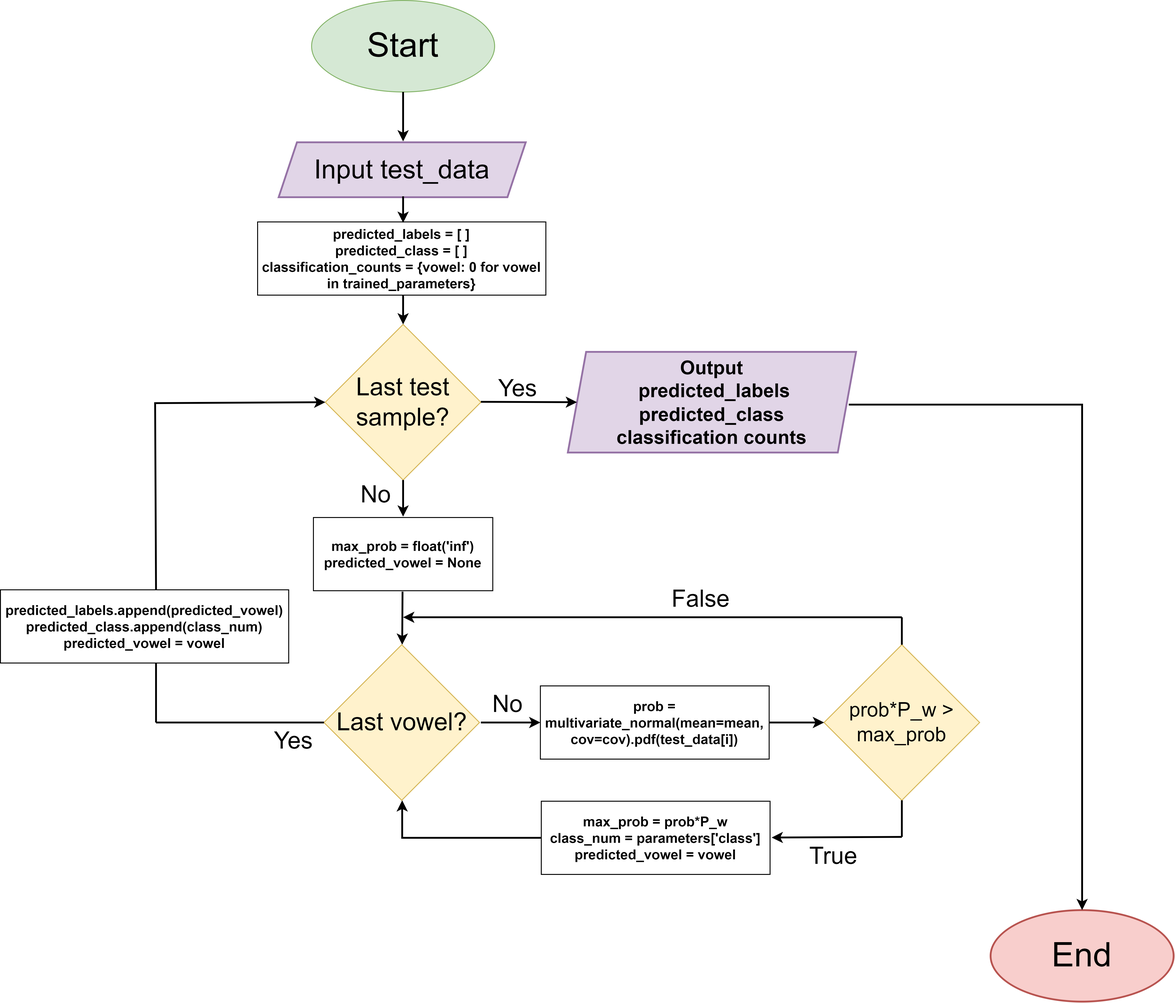
Before: Rapport mappe/vowels_test_flowchart.png, a diagram exported from draw.io (KristianHaaland/Estimering-Prosjekt). Source tidied: cells renumbered, new cells last; positions are measured from the earlier drawing's top-left corner, leaving out a move shared by most shapes.
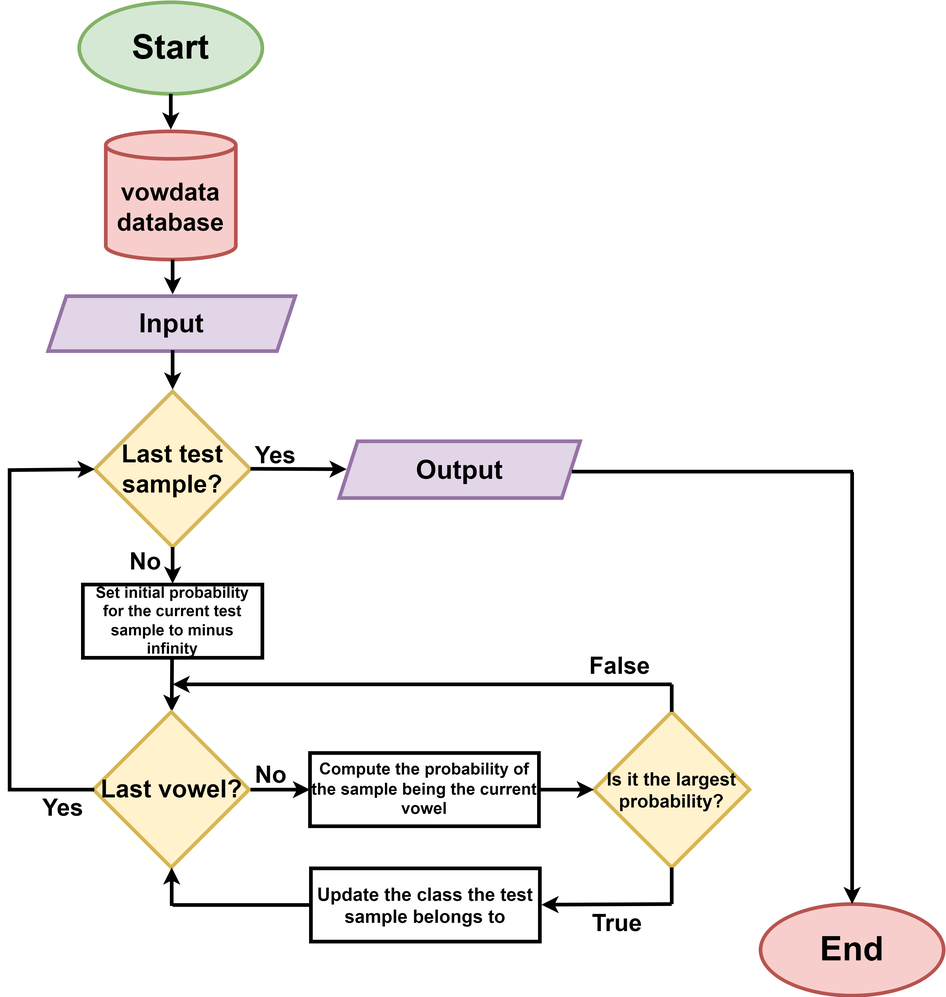
The same file after the commit.

Change to the diagram source:
```diff
@@ -2,170 +2,163 @@
   <root>
     <mxCell id="0" />
     <mxCell id="1" parent="0" />
-    <mxCell id="2" value="&lt;font style=&quot;font-size: 37px;&quot;&gt;Start&lt;/font&gt;" style="ellipse;whiteSpace=wrap;html=1;fillColor=#d5e8d4;strokeColor=#82b366;" parent="1" vertex="1">
-      <mxGeometry x="340" width="200" height="100" as="geometry" />
+    <mxCell id="2" value="&lt;font style=&quot;font-size: 37px;&quot;&gt;Start&lt;/font&gt;" style="ellipse;whiteSpace=wrap;html=1;fillColor=#d5e8d4;strokeColor=#82b366;strokeWidth=4;fontStyle=1;" parent="1" vertex="1">
+      <mxGeometry x="338" y="-71" width="200" height="100" as="geometry" />
     </mxCell>
-    <mxCell id="3" style="endArrow=classic;html=1;rounded=0;strokeWidth=2;exitX=0.5;exitY=1;exitDx=0;exitDy=0;" parent="1" edge="1" source="2">
+    <mxCell id="3" style="endArrow=classic;html=1;rounded=0;strokeWidth=4;exitX=0.5;exitY=1;exitDx=0;exitDy=0;fontStyle=1;" parent="1" edge="1" source="2">
       <mxGeometry relative="1" as="geometry">
-        <mxPoint x="440" y="154" as="targetPoint" />
+        <mxPoint x="438" y="68" as="targetPoint" />
       </mxGeometry>
     </mxCell>
-    <mxCell id="4" value="&lt;font style=&quot;font-size: 27px;&quot;&gt;Last test sample?&lt;/font&gt;" style="rhombus;whiteSpace=wrap;html=1;fillColor=#fff2cc;strokeColor=#d6b656;" parent="1" vertex="1">
+    <mxCell id="4" value="&lt;font style=&quot;font-size: 27px;&quot;&gt;Last test sample?&lt;/font&gt;" style="rhombus;whiteSpace=wrap;html=1;fillColor=#fff2cc;strokeColor=#d6b656;strokeWidth=4;fontStyle=1;" parent="1" vertex="1">
       <mxGeometry x="355" y="354" width="170" height="170" as="geometry" />
     </mxCell>
-    <mxCell id="5" value="&lt;font style=&quot;font-size: 37px;&quot;&gt;End&lt;/font&gt;" style="ellipse;whiteSpace=wrap;html=1;fillColor=#f8cecc;strokeColor=#b85450;strokeWidth=2;" parent="1" vertex="1">
-      <mxGeometry x="1082" y="994" width="200" height="100" as="geometry" />
+    <mxCell id="5" value="&lt;font style=&quot;font-size: 37px;&quot;&gt;End&lt;/font&gt;" style="ellipse;whiteSpace=wrap;html=1;fillColor=#f8cecc;strokeColor=#b85450;strokeWidth=4;fontStyle=1;" parent="1" vertex="1">
+      <mxGeometry x="1082" y="914" width="200" height="100" as="geometry" />
     </mxCell>
-    <mxCell id="6" style="endArrow=classic;html=1;rounded=0;exitX=0.5;exitY=1;exitDx=0;exitDy=0;strokeWidth=2;" parent="1" edge="1">
+    <mxCell id="6" style="endArrow=classic;html=1;rounded=0;exitX=0.5;exitY=1;exitDx=0;exitDy=0;strokeWidth=4;fontStyle=1;" parent="1" edge="1">
       <mxGeometry relative="1" as="geometry">
         <mxPoint x="439.4" y="646" as="sourcePoint" />
         <mxPoint x="439" y="704" as="targetPoint" />
       </mxGeometry>
     </mxCell>
-    <mxCell id="7" value="&lt;font style=&quot;font-size: 26px;&quot;&gt;No&lt;/font&gt;" style="text;html=1;align=center;verticalAlign=middle;strokeColor=none;fillColor=none;" parent="1" vertex="1">
+    <mxCell id="7" value="&lt;font style=&quot;font-size: 26px;&quot;&gt;No&lt;/font&gt;" style="text;html=1;align=center;verticalAlign=middle;strokeColor=none;fillColor=none;strokeWidth=4;fontStyle=1;" parent="1" vertex="1">
       <mxGeometry x="380" y="520" width="60" height="40" as="geometry" />
     </mxCell>
-    <mxCell id="8" value="&lt;font style=&quot;font-size: 27px;&quot;&gt;Last vowel?&lt;/font&gt;" style="rhombus;whiteSpace=wrap;html=1;fillColor=#fff2cc;strokeColor=#d6b656;" parent="1" vertex="1">
+    <mxCell id="8" value="&lt;font style=&quot;font-size: 27px;&quot;&gt;Last vowel?&lt;/font&gt;" style="rhombus;whiteSpace=wrap;html=1;fillColor=#fff2cc;strokeColor=#d6b656;strokeWidth=4;fontStyle=1;" parent="1" vertex="1">
       <mxGeometry x="353.5" y="704" width="170" height="170" as="geometry" />
     </mxCell>
-    <mxCell id="9" style="endArrow=classic;html=1;rounded=0;exitX=1;exitY=0.5;exitDx=0;exitDy=0;strokeWidth=2;" parent="1" edge="1">
+    <mxCell id="9" style="endArrow=classic;html=1;rounded=0;exitX=1;exitY=0.5;exitDx=0;exitDy=0;strokeWidth=4;fontStyle=1;" parent="1" edge="1">
       <mxGeometry relative="1" as="geometry">
         <mxPoint x="525" y="789" as="sourcePoint" />
         <mxPoint x="590" y="789" as="targetPoint" />
       </mxGeometry>
     </mxCell>
-    <mxCell id="10" value="&lt;font style=&quot;font-size: 26px;&quot;&gt;No&lt;/font&gt;" style="text;html=1;align=center;verticalAlign=middle;strokeColor=none;fillColor=none;" parent="1" vertex="1">
-      <mxGeometry x="523.5" y="749" width="60" height="40" as="geometry" />
+    <mxCell id="10" value="&lt;font style=&quot;font-size: 26px;&quot;&gt;No&lt;/font&gt;" style="text;html=1;align=center;verticalAlign=middle;strokeColor=none;fillColor=none;strokeWidth=4;fontStyle=1;" parent="1" vertex="1">
+      <mxGeometry x="516.5" y="753" width="60" height="40" as="geometry" />
     </mxCell>
-    <mxCell id="11" style="endArrow=classic;html=1;rounded=0;entryX=0;entryY=0.5;entryDx=0;entryDy=0;strokeWidth=2;" parent="1" edge="1" target="4">
+    <mxCell id="11" style="endArrow=classic;html=1;rounded=0;entryX=0;entryY=0.5;entryDx=0;entryDy=0;strokeWidth=4;fontStyle=1;" parent="1" edge="1" target="4">
       <mxGeometry relative="1" as="geometry">
-        <mxPoint x="170" y="440" as="sourcePoint" />
+        <mxPoint x="260" y="440" as="sourcePoint" />
       </mxGeometry>
     </mxCell>
-    <mxCell id="12" style="endArrow=none;html=1;rounded=0;strokeWidth=2;" parent="1" edge="1">
-      <mxGeometry relative="1" as="geometry">
-        <mxPoint x="170" y="789" as="sourcePoint" />
-        <mxPoint x="170" y="718" as="targetPoint" />
-      </mxGeometry>
-    </mxCell>
-    <mxCell id="13" style="endArrow=none;html=1;rounded=0;entryX=0;entryY=0.5;entryDx=0;entryDy=0;strokeWidth=2;" parent="1" edge="1" target="8">
+    <mxCell id="13" style="endArrow=none;html=1;rounded=0;entryX=0;entryY=0.5;entryDx=0;entryDy=0;strokeWidth=4;fontStyle=1;" parent="1" edge="1">
       <mxGeometry relative="1" as="geometry">
-        <mxPoint x="170" y="789" as="sourcePoint" />
+        <mxPoint x="260" y="789" as="sourcePoint" />
+        <mxPoint x="354.5" y="789" as="targetPoint" />
       </mxGeometry>
     </mxCell>
-    <mxCell id="14" value="&lt;font style=&quot;font-size: 26px;&quot;&gt;Yes&lt;/font&gt;" style="text;html=1;align=center;verticalAlign=middle;strokeColor=none;fillColor=none;" parent="1" vertex="1">
+    <mxCell id="14" value="&lt;font style=&quot;font-size: 26px;&quot;&gt;Yes&lt;/font&gt;" style="text;html=1;align=center;verticalAlign=middle;strokeColor=none;fillColor=none;strokeWidth=4;fontStyle=1;" parent="1" vertex="1">
       <mxGeometry x="285" y="789" width="70" height="40" as="geometry" />
     </mxCell>
-    <mxCell id="15" value="&lt;b&gt;&lt;font style=&quot;font-size: 15px;&quot;&gt;prob = multivariate_normal(mean=mean, cov=cov).pdf(test_data[i])&lt;/font&gt;&lt;/b&gt;" style="rounded=0;whiteSpace=wrap;html=1;" parent="1" vertex="1">
+    <mxCell id="15" value="&lt;span style=&quot;font-size: 18px;&quot;&gt;&lt;font style=&quot;font-size: 18px;&quot;&gt;Compute the probability of the sample being the current vowel&lt;/font&gt;&lt;/span&gt;" style="rounded=0;whiteSpace=wrap;html=1;strokeWidth=4;fontSize=18;fontStyle=1;" parent="1" vertex="1">
       <mxGeometry x="590" y="749" width="250" height="80" as="geometry" />
     </mxCell>
-    <mxCell id="16" value="&lt;font style=&quot;font-size: 22px;&quot;&gt;prob*P_w &amp;gt; max_prob&lt;/font&gt;" style="rhombus;whiteSpace=wrap;html=1;fillColor=#fff2cc;strokeColor=#d6b656;" parent="1" vertex="1">
+    <mxCell id="16" value="&lt;font style=&quot;font-size: 20px;&quot;&gt;Is it the largest probability?&lt;/font&gt;" style="rhombus;whiteSpace=wrap;html=1;fillColor=#fff2cc;strokeColor=#d6b656;strokeWidth=4;fontSize=20;fontStyle=1;" parent="1" vertex="1">
       <mxGeometry x="900" y="704" width="170" height="170" as="geometry" />
     </mxCell>
-    <mxCell id="17" style="endArrow=classic;html=1;rounded=0;exitX=1;exitY=0.5;exitDx=0;exitDy=0;strokeWidth=2;" parent="1" edge="1">
+    <mxCell id="17" style="endArrow=classic;html=1;rounded=0;exitX=1;exitY=0.5;exitDx=0;exitDy=0;strokeWidth=4;fontStyle=1;" parent="1" edge="1">
       <mxGeometry relative="1" as="geometry">
         <mxPoint x="840" y="789" as="sourcePoint" />
         <mxPoint x="900" y="789" as="targetPoint" />
       </mxGeometry>
     </mxCell>
-    <mxCell id="18" style="endArrow=classic;html=1;rounded=0;strokeWidth=2;" parent="1" edge="1">
+    <mxCell id="18" style="endArrow=classic;html=1;rounded=0;strokeWidth=4;fontStyle=1;" parent="1" edge="1">
       <mxGeometry relative="1" as="geometry">
         <mxPoint x="985" y="674" as="sourcePoint" />
         <mxPoint x="440" y="674" as="targetPoint" />
       </mxGeometry>
     </mxCell>
-    <mxCell id="19" style="endArrow=none;html=1;rounded=0;entryX=0.5;entryY=0;entryDx=0;entryDy=0;strokeWidth=2;" parent="1" edge="1" target="16">
+    <mxCell id="19" style="endArrow=none;html=1;rounded=0;entryX=0.5;entryY=0;entryDx=0;entryDy=0;strokeWidth=4;fontStyle=1;" parent="1" edge="1" target="16">
       <mxGeometry relative="1" as="geometry">
         <mxPoint x="985" y="674" as="sourcePoint" />
       </mxGeometry>
     </mxCell>
-    <mxCell id="20" value="&lt;font style=&quot;font-size: 26px;&quot;&gt;False&lt;/font&gt;" style="text;html=1;align=center;verticalAlign=middle;strokeColor=none;fillColor=none;" parent="1" vertex="1">
-      <mxGeometry x="720" y="634" width="90" height="40" as="geometry" />
+    <mxCell id="20" value="&lt;font style=&quot;font-size: 26px;&quot;&gt;False&lt;/font&gt;" style="text;html=1;align=center;verticalAlign=middle;strokeColor=none;fillColor=none;strokeWidth=4;fontStyle=1;" parent="1" vertex="1">
+      <mxGeometry x="883" y="634" width="90" height="40" as="geometry" />
     </mxCell>
-    <mxCell id="21" value="&lt;b&gt;&lt;font style=&quot;font-size: 15px;&quot;&gt;max_prob = prob*P_w&lt;/font&gt;&lt;/b&gt;&lt;div&gt;&lt;b&gt;&lt;font style=&quot;font-size: 15px;&quot;&gt;class_num = parameters['class']&lt;/font&gt;&lt;/b&gt;&lt;/div&gt;&lt;div&gt;&lt;b&gt;&lt;font style=&quot;font-size: 15px;&quot;&gt;predicted_vowel = vowel&lt;/font&gt;&lt;/b&gt;&lt;/div&gt;" style="rounded=0;whiteSpace=wrap;html=1;" parent="1" vertex="1">
+    <mxCell id="21" value="&lt;span style=&quot;font-size: 20px;&quot;&gt;&lt;span style=&quot;font-size: 20px;&quot;&gt;Update the class the test sample belongs to&lt;/span&gt;&lt;/span&gt;" style="rounded=0;whiteSpace=wrap;html=1;strokeWidth=4;fontSize=20;fontStyle=1;" parent="1" vertex="1">
       <mxGeometry x="591" y="875" width="250" height="80" as="geometry" />
     </mxCell>
-    <mxCell id="22" style="endArrow=classic;html=1;rounded=0;entryX=1.007;entryY=0.496;entryDx=0;entryDy=0;strokeWidth=2;entryPerimeter=0;" parent="1" edge="1" target="21">
+    <mxCell id="22" style="endArrow=classic;html=1;rounded=0;entryX=1.007;entryY=0.496;entryDx=0;entryDy=0;strokeWidth=4;entryPerimeter=0;fontStyle=1;" parent="1" edge="1" target="21">
       <mxGeometry relative="1" as="geometry">
         <mxPoint x="985" y="914" as="sourcePoint" />
       </mxGeometry>
     </mxCell>
-    <mxCell id="23" style="endArrow=none;html=1;rounded=0;entryX=0.5;entryY=1;entryDx=0;entryDy=0;strokeWidth=2;" parent="1" edge="1" target="16">
+    <mxCell id="23" style="endArrow=none;html=1;rounded=0;entryX=0.5;entryY=1;entryDx=0;entryDy=0;strokeWidth=4;fontStyle=1;" parent="1" edge="1" target="16">
       <mxGeometry relative="1" as="geometry">
         <mxPoint x="985" y="914" as="sourcePoint" />
       </mxGeometry>
     </mxCell>
-    <mxCell id="24" style="endArrow=classic;html=1;rounded=0;strokeWidth=2;" parent="1" edge="1">
+    <mxCell id="24" style="endArrow=classic;html=1;rounded=0;strokeWidth=4;fontStyle=1;" parent="1" edge="1">
       <mxGeometry relative="1" as="geometry">
         <mxPoint x="439" y="916" as="sourcePoint" />
         <mxPoint x="439" y="874" as="targetPoint" />
       </mxGeometry>
     </mxCell>
-    <mxCell id="25" style="endArrow=none;html=1;rounded=0;entryX=0;entryY=0.5;entryDx=0;entryDy=0;strokeWidth=2;" parent="1" edge="1" target="21">
+    <mxCell id="25" style="endArrow=none;html=1;rounded=0;entryX=0;entryY=0.5;entryDx=0;entryDy=0;strokeWidth=4;fontStyle=1;" parent="1" edge="1" target="21">
       <mxGeometry relative="1" as="geometry">
         <mxPoint x="440" y="915" as="sourcePoint" />
       </mxGeometry>
     </mxCell>
-    <mxCell id="26" style="endArrow=classic;html=1;rounded=0;strokeWidth=2;entryX=0.5;entryY=0;entryDx=0;entryDy=0;" parent="1" edge="1" target="5">
+    <mxCell id="26" style="endArrow=classic;html=1;rounded=0;strokeWidth=4;entryX=0.5;entryY=0;entryDx=0;entryDy=0;fontStyle=1;" parent="1" edge="1" target="5">
       <mxGeometry relative="1" as="geometry">
         <mxPoint x="1182" y="442" as="sourcePoint" />
       </mxGeometry>
     </mxCell>
-    <mxCell id="27" value="&lt;font style=&quot;font-size: 26px;&quot;&gt;Yes&lt;/font&gt;" style="text;html=1;align=center;verticalAlign=middle;strokeColor=none;fillColor=none;" parent="1" vertex="1">
-      <mxGeometry x="530" y="404" width="70" height="40" as="geometry" />
+    <mxCell id="27" value="&lt;font style=&quot;font-size: 26px;&quot;&gt;Yes&lt;/font&gt;" style="text;html=1;align=center;verticalAlign=middle;strokeColor=none;fillColor=none;strokeWidth=4;fontStyle=1;" parent="1" vertex="1">
+      <mxGeometry x="517" y="404" width="70" height="40" as="geometry" />
     </mxCell>
-    <mxCell id="28" value="&lt;font style=&quot;font-size: 26px;&quot;&gt;True&lt;/font&gt;" style="text;html=1;align=center;verticalAlign=middle;strokeColor=none;fillColor=none;" parent="1" vertex="1">
-      <mxGeometry x="870" y="915" width="80" height="40" as="geometry" />
+    <mxCell id="28" value="&lt;font style=&quot;font-size: 26px;&quot;&gt;True&lt;/font&gt;" style="text;html=1;align=center;verticalAlign=middle;strokeColor=none;fillColor=none;strokeWidth=4;fontStyle=1;" parent="1" vertex="1">
+      <mxGeometry x="885" y="915" width="80" height="40" as="geometry" />
     </mxCell>
-    <mxCell id="29" value="&lt;span style=&quot;font-size: 15px;&quot;&gt;&lt;b&gt;predicted_labels.append(predicted_vowel)&lt;/b&gt;&lt;/span&gt;&lt;div&gt;&lt;span style=&quot;font-size: 15px;&quot;&gt;&lt;b&gt;predicted_class.append(class_num)&lt;/b&gt;&lt;/span&gt;&lt;/div&gt;&lt;div&gt;&lt;span style=&quot;font-size: 15px;&quot;&gt;&lt;b&gt;predicted_vowel = vowel&lt;/b&gt;&lt;/span&gt;&lt;/div&gt;" style="rounded=0;whiteSpace=wrap;html=1;" parent="1" vertex="1">
-      <mxGeometry y="644" width="315" height="80" as="geometry" />
-    </mxCell>
-    <mxCell id="30" style="endArrow=none;html=1;rounded=0;strokeWidth=2;" parent="1" edge="1">
+    <mxCell id="30" style="endArrow=none;html=1;rounded=0;strokeWidth=4;fontStyle=1;" parent="1" edge="1">
       <mxGeometry relative="1" as="geometry">
-        <mxPoint x="170" y="644" as="sourcePoint" />
-        <mxPoint x="169" y="439" as="targetPoint" />
+        <mxPoint x="262" y="790" as="sourcePoint" />
+        <mxPoint x="262" y="439" as="targetPoint" />
       </mxGeometry>
     </mxCell>
-    <mxCell id="31" value="&lt;span style=&quot;font-size: 15px;&quot;&gt;&lt;b&gt;predicted_labels = [ ]&lt;/b&gt;&lt;/span&gt;&lt;div&gt;&lt;span style=&quot;font-size: 15px;&quot;&gt;&lt;b&gt;predicted_class = [ ]&lt;/b&gt;&lt;/span&gt;&lt;/div&gt;&lt;div&gt;&lt;span style=&quot;font-size: 15px;&quot;&gt;&lt;b&gt;classification_counts = {vowel: 0 for vowel in trained_parameters}&lt;/b&gt;&lt;/span&gt;&lt;/div&gt;" style="rounded=0;whiteSpace=wrap;html=1;" parent="1" vertex="1">
-      <mxGeometry x="281" y="242" width="315" height="80" as="geometry" />
-    </mxCell>
-    <mxCell id="32" style="endArrow=classic;html=1;rounded=0;exitX=0.5;exitY=1;exitDx=0;exitDy=0;strokeWidth=2;entryX=0.5;entryY=0;entryDx=0;entryDy=0;" parent="1" edge="1" target="4">
-      <mxGeometry relative="1" as="geometry">
-        <mxPoint x="440" y="322" as="sourcePoint" />
-      </mxGeometry>
-    </mxCell>
-    <mxCell id="33" value="&lt;span style=&quot;font-size: 15px;&quot;&gt;&lt;b&gt;max_prob = float('inf')&lt;/b&gt;&lt;/span&gt;&lt;div&gt;&lt;span style=&quot;font-size: 15px;&quot;&gt;&lt;b&gt;predicted_vowel = None&lt;/b&gt;&lt;/span&gt;&lt;/div&gt;" style="rounded=0;whiteSpace=wrap;html=1;" parent="1" vertex="1">
+    <mxCell id="33" value="Set initial probability for the current test sample to minus infinity" style="rounded=0;whiteSpace=wrap;html=1;strokeWidth=4;fontSize=17;fontStyle=1;" parent="1" vertex="1">
       <mxGeometry x="342" y="565" width="196" height="80" as="geometry" />
     </mxCell>
-    <mxCell id="34" style="endArrow=classic;html=1;rounded=0;exitX=0.5;exitY=1;exitDx=0;exitDy=0;strokeWidth=2;" parent="1" edge="1">
+    <mxCell id="34" style="endArrow=classic;html=1;rounded=0;exitX=0.5;exitY=1;exitDx=0;exitDy=0;strokeWidth=4;fontStyle=1;" parent="1" edge="1">
       <mxGeometry relative="1" as="geometry">
         <mxPoint x="440" y="524" as="sourcePoint" />
         <mxPoint x="440" y="564" as="targetPoint" />
       </mxGeometry>
     </mxCell>
-    <mxCell id="35" value="&lt;font style=&quot;font-size: 29px;&quot;&gt;Input test_data&lt;/font&gt;" style="shape=parallelogram;perimeter=parallelogramPerimeter;whiteSpace=wrap;html=1;fixedSize=1;strokeWidth=2;fillColor=#e1d5e7;strokeColor=#9673a6;" parent="1" vertex="1">
-      <mxGeometry x="304" y="155" width="270" height="60" as="geometry" />
+    <mxCell id="35" value="&lt;font style=&quot;font-size: 29px;&quot;&gt;Input&lt;/font&gt;" style="shape=parallelogram;perimeter=parallelogramPerimeter;whiteSpace=wrap;html=1;fixedSize=1;strokeWidth=4;fillColor=#e1d5e7;strokeColor=#9673a6;fontStyle=1;" parent="1" vertex="1">
+      <mxGeometry x="304" y="250" width="270" height="60" as="geometry" />
     </mxCell>
-    <mxCell id="36" style="endArrow=classic;html=1;rounded=0;strokeWidth=2;exitX=0.5;exitY=1;exitDx=0;exitDy=0;" parent="1" edge="1">
+    <mxCell id="36" style="endArrow=classic;html=1;rounded=0;strokeWidth=4;exitX=0.5;exitY=1;exitDx=0;exitDy=0;fontStyle=1;" parent="1" edge="1">
       <mxGeometry relative="1" as="geometry">
-        <mxPoint x="440" y="214" as="sourcePoint" />
-        <mxPoint x="440" y="243" as="targetPoint" />
+        <mxPoint x="440" y="309" as="sourcePoint" />
+        <mxPoint x="440" y="352" as="targetPoint" />
       </mxGeometry>
     </mxCell>
-    <mxCell id="37" value="&lt;font style=&quot;font-size: 21px;&quot;&gt;&lt;b&gt;Output&lt;/b&gt;&lt;/font&gt;&lt;div style=&quot;font-size: 21px;&quot;&gt;&lt;font style=&quot;font-size: 21px;&quot;&gt;&lt;b&gt;&amp;nbsp;predicted_labels&lt;/b&gt;&lt;/font&gt;&lt;/div&gt;&lt;div style=&quot;font-size: 21px;&quot;&gt;&lt;font style=&quot;font-size: 21px;&quot;&gt;&lt;b&gt;predicted_class&lt;/b&gt;&lt;/font&gt;&lt;/div&gt;&lt;div style=&quot;font-size: 21px;&quot;&gt;&lt;font style=&quot;font-size: 21px;&quot;&gt;&lt;b&gt;classification counts&lt;/b&gt;&lt;/font&gt;&lt;/div&gt;" style="shape=parallelogram;perimeter=parallelogramPerimeter;whiteSpace=wrap;html=1;fixedSize=1;strokeWidth=2;fillColor=#e1d5e7;strokeColor=#9673a6;" parent="1" vertex="1">
-      <mxGeometry x="620" y="384" width="315" height="110" as="geometry" />
+    <mxCell id="37" value="&lt;span style=&quot;&quot;&gt;&lt;font style=&quot;font-size: 29px;&quot;&gt;Output&lt;/font&gt;&lt;/span&gt;" style="shape=parallelogram;perimeter=parallelogramPerimeter;whiteSpace=wrap;html=1;fixedSize=1;strokeWidth=4;fillColor=#e1d5e7;strokeColor=#9673a6;fontStyle=1;" parent="1" vertex="1">
+      <mxGeometry x="622" y="408.5" width="263" height="62" as="geometry" />
     </mxCell>
-    <mxCell id="38" style="endArrow=none;html=1;rounded=0;strokeWidth=2;" parent="1" edge="1">
+    <mxCell id="38" style="endArrow=none;html=1;rounded=0;strokeWidth=4;fontStyle=1;" parent="1" edge="1">
       <mxGeometry relative="1" as="geometry">
-        <mxPoint x="927" y="441.6" as="sourcePoint" />
+        <mxPoint x="876" y="441.6" as="sourcePoint" />
         <mxPoint x="1183" y="441.6" as="targetPoint" />
       </mxGeometry>
     </mxCell>
-    <mxCell id="39" style="endArrow=classic;html=1;rounded=0;strokeWidth=2;" parent="1" edge="1">
+    <mxCell id="39" style="endArrow=classic;html=1;rounded=0;strokeWidth=4;fontStyle=1;" parent="1" edge="1">
       <mxGeometry relative="1" as="geometry">
         <mxPoint x="525" y="438.6" as="sourcePoint" />
         <mxPoint x="630" y="439" as="targetPoint" />
       </mxGeometry>
     </mxCell>
+    <mxCell id="40" value="&lt;b style=&quot;&quot;&gt;&lt;font style=&quot;font-size: 27px;&quot;&gt;vowdata database&lt;/font&gt;&lt;/b&gt;" style="shape=cylinder3;whiteSpace=wrap;html=1;boundedLbl=1;backgroundOutline=1;size=15;strokeWidth=4;fillColor=#f8cecc;strokeColor=#b85450;fontSize=25;" parent="1" vertex="1">
+      <mxGeometry x="367" y="70" width="142" height="140" as="geometry" />
+    </mxCell>
+    <mxCell id="41" style="endArrow=classic;html=1;rounded=0;strokeWidth=4;exitX=0.5;exitY=1;exitDx=0;exitDy=0;fontStyle=1;" parent="1" edge="1">
+      <mxGeometry relative="1" as="geometry">
+        <mxPoint x="440" y="210" as="sourcePoint" />
+        <mxPoint x="440" y="248" as="targetPoint" />
+      </mxGeometry>
+    </mxCell>
   </root>
 </mxGraphModel>
```
